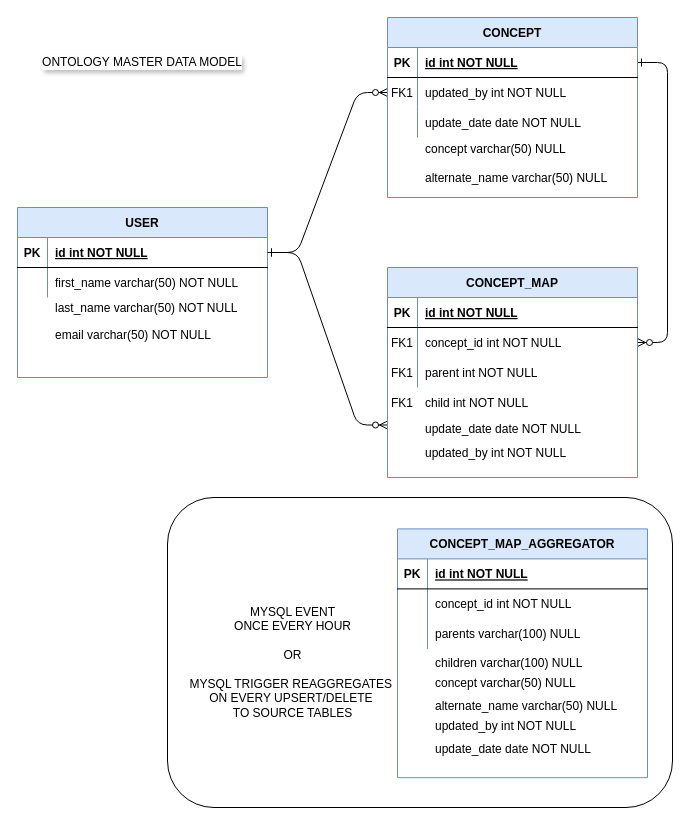
Above: entity-relationship.drawio in desourav/on-man (draw.io), before the change. Source tidied: cells renumbered, new cells numbered last; positions are measured from the earlier drawing's top-left corner, leaving out a move shared by most shapes. Both pictures are drawn from the tidied source at 100%, with x=0, y=0 at pixel (17, 17).
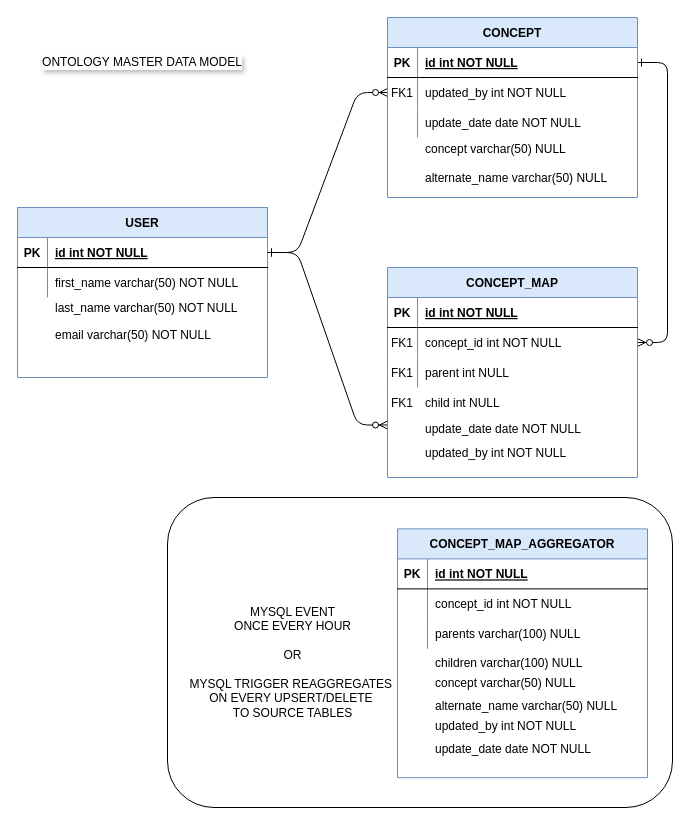
The same diagram, later.

The change refers to these unchanged cells:
```xml
<mxCell id="30" style="group;" parent="29" vertex="1">
  <mxGeometry width="250" height="210" as="geometry" />
</mxCell>
<mxCell id="40" style="shape=partialRectangle;fillColor=none;top=0;left=0;right=0;bottom=0;" parent="33" vertex="1">
  <mxGeometry y="90" width="250" height="30" as="geometry" />
</mxCell>
```

The edit, as a diff of the source:
```diff
@@
-    <mxCell id="31" value="child int NOT NULL" style="shape=partialRectangle;overflow=hidden;fillColor=none;top=0;left=0;bottom=0;right=0;align=left;spacingLeft=6;" parent="30" vertex="1">
+    <mxCell id="31" value="child int NULL" style="shape=partialRectangle;overflow=hidden;fillColor=none;top=0;left=0;bottom=0;right=0;align=left;spacingLeft=6;" parent="30" vertex="1">
       <mxGeometry x="30" y="120" width="220" height="30" as="geometry" />
     </mxCell>
@@
-    <mxCell id="42" value="parent int NOT NULL" style="shape=partialRectangle;overflow=hidden;fillColor=none;top=0;left=0;bottom=0;right=0;align=left;spacingLeft=6;" parent="40" vertex="1">
+    <mxCell id="42" value="parent int NULL" style="shape=partialRectangle;overflow=hidden;fillColor=none;top=0;left=0;bottom=0;right=0;align=left;spacingLeft=6;" parent="40" vertex="1">
       <mxGeometry x="30" width="220" height="30" as="geometry" />
     </mxCell>
```
